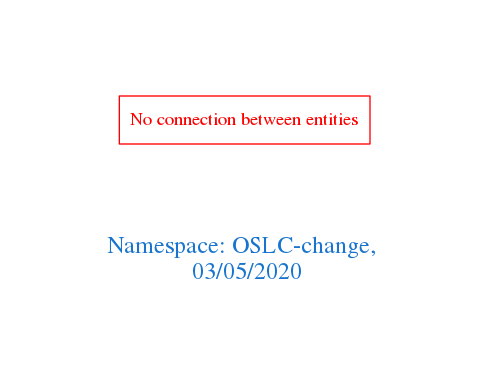
The Graphviz diagram downloads/OSLC-change.png in arago/OGIT, before a commit. Its source is kept beside it as downloads/OSLC-change.dot.
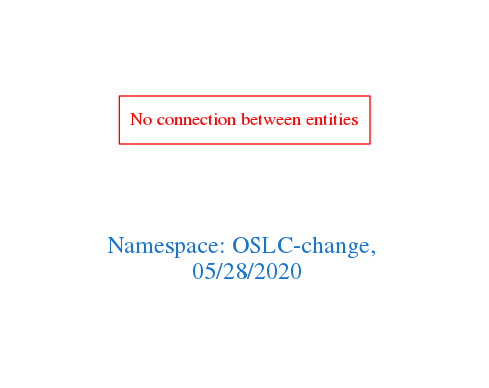
After the change.

Change to the diagram source:
```diff
@@ -1,7 +1,7 @@
 digraph OGIT_ontology {
  graph [ rankdir= LR,pad=1
 fontsize = 18,
-fontcolor= dodgerblue3,label = "\n\n\nNamespace: OSLC-change, \n 03/05/2020"];
+fontcolor= dodgerblue3,label = "\n\n\nNamespace: OSLC-change, \n 05/28/2020"];
 node[shape=polygon];
 edge [  color="gray81"];
 
```
